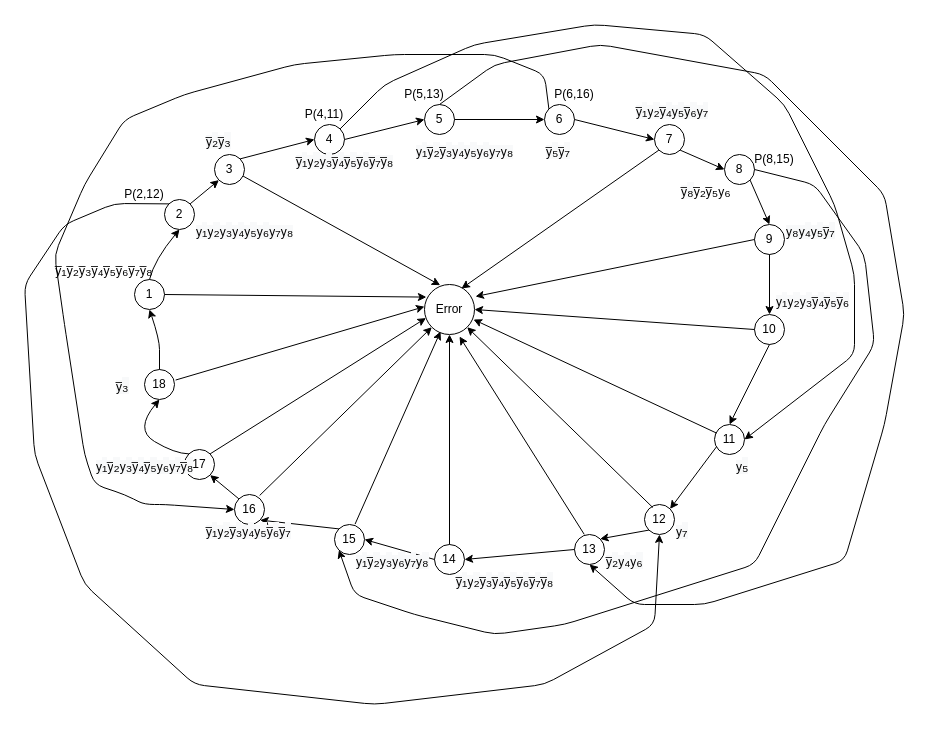
The draw.io diagram kurs.drawio in Merfarion/Diagrams-and-schemes, before the edit. Source tidied: cells renumbered, new cells numbered last; positions are measured from the earlier drawing's top-left corner, leaving out a move shared by most shapes. Both pictures are drawn from the tidied source at 100%, with x=0, y=0 at pixel (24, 24).
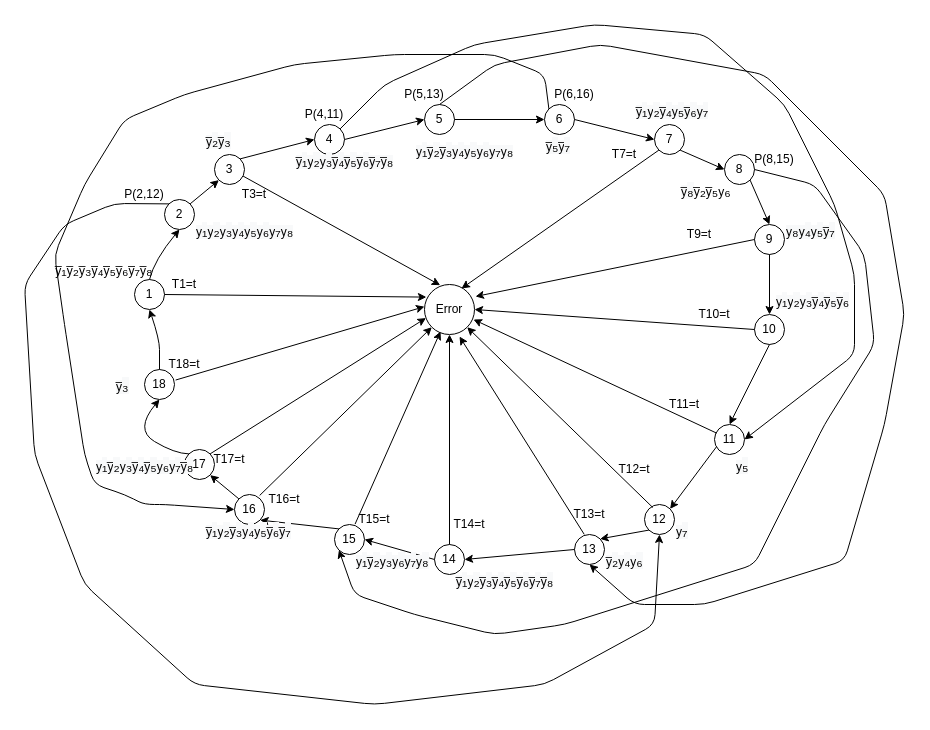
The same page after the edit.

Change to the diagram source:
```diff
@@
     <mxCell id="62" value="&lt;span style=&quot;color: rgb(0 , 0 , 0) ; font-family: &amp;#34;helvetica&amp;#34; ; font-size: 12px ; font-style: normal ; font-weight: 400 ; letter-spacing: normal ; text-align: center ; text-indent: 0px ; text-transform: none ; word-spacing: 0px ; background-color: rgb(248 , 249 , 250) ; display: inline ; float: none&quot;&gt;y̅&lt;/span&gt;&lt;font style=&quot;color: rgb(0 , 0 , 0) ; font-family: &amp;#34;helvetica&amp;#34; ; font-style: normal ; font-weight: 400 ; letter-spacing: normal ; text-align: center ; text-indent: 0px ; text-transform: none ; word-spacing: 0px ; background-color: rgb(248 , 249 , 250) ; font-size: 16px&quot;&gt;₅&lt;/font&gt;&lt;span style=&quot;color: rgb(0 , 0 , 0) ; font-family: &amp;#34;helvetica&amp;#34; ; font-size: 12px ; font-style: normal ; font-weight: 400 ; letter-spacing: normal ; text-align: center ; text-indent: 0px ; text-transform: none ; word-spacing: 0px ; background-color: rgb(248 , 249 , 250) ; display: inline ; float: none&quot;&gt;y̅&lt;/span&gt;&lt;font style=&quot;color: rgb(0 , 0 , 0) ; font-family: &amp;#34;helvetica&amp;#34; ; font-style: normal ; font-weight: 400 ; letter-spacing: normal ; text-align: center ; text-indent: 0px ; text-transform: none ; word-spacing: 0px ; background-color: rgb(248 , 249 , 250) ; font-size: 16px&quot;&gt;₇&lt;/font&gt;" style="text;whiteSpace=wrap;html=1;" parent="1" vertex="1">
-      <mxGeometry x="520" y="110" width="30" height="30" as="geometry" />
+      <mxGeometry x="520" y="105" width="30" height="20" as="geometry" />
     </mxCell>
@@
+    <mxCell id="80" value="T1=t" style="text;html=1;strokeColor=none;fillColor=none;align=center;verticalAlign=middle;whiteSpace=wrap;rounded=0;" parent="1" vertex="1">
+      <mxGeometry x="140" y="250" width="40" height="20" as="geometry" />
+    </mxCell>
+    <mxCell id="81" value="T3=t" style="text;html=1;strokeColor=none;fillColor=none;align=center;verticalAlign=middle;whiteSpace=wrap;rounded=0;" parent="1" vertex="1">
+      <mxGeometry x="210" y="160" width="40" height="20" as="geometry" />
+    </mxCell>
+    <mxCell id="82" value="T7=t" style="text;html=1;strokeColor=none;fillColor=none;align=center;verticalAlign=middle;whiteSpace=wrap;rounded=0;" parent="1" vertex="1">
+      <mxGeometry x="580" y="120" width="40" height="20" as="geometry" />
+    </mxCell>
+    <mxCell id="83" value="T9=t" style="text;html=1;strokeColor=none;fillColor=none;align=center;verticalAlign=middle;whiteSpace=wrap;rounded=0;" parent="1" vertex="1">
+      <mxGeometry x="655" y="200" width="40" height="20" as="geometry" />
+    </mxCell>
+    <mxCell id="84" value="T10=t" style="text;html=1;strokeColor=none;fillColor=none;align=center;verticalAlign=middle;whiteSpace=wrap;rounded=0;" parent="1" vertex="1">
+      <mxGeometry x="670" y="280" width="40" height="20" as="geometry" />
+    </mxCell>
+    <mxCell id="85" value="T11=t" style="text;html=1;strokeColor=none;fillColor=none;align=center;verticalAlign=middle;whiteSpace=wrap;rounded=0;" parent="1" vertex="1">
+      <mxGeometry x="640" y="370" width="40" height="20" as="geometry" />
+    </mxCell>
+    <mxCell id="86" value="T12=t" style="text;html=1;strokeColor=none;fillColor=none;align=center;verticalAlign=middle;whiteSpace=wrap;rounded=0;" parent="1" vertex="1">
+      <mxGeometry x="590" y="435" width="40" height="20" as="geometry" />
+    </mxCell>
+    <mxCell id="87" value="T13=t" style="text;html=1;strokeColor=none;fillColor=none;align=center;verticalAlign=middle;whiteSpace=wrap;rounded=0;" parent="1" vertex="1">
+      <mxGeometry x="545" y="480" width="40" height="20" as="geometry" />
+    </mxCell>
+    <mxCell id="88" value="T14=t" style="text;html=1;strokeColor=none;fillColor=none;align=center;verticalAlign=middle;whiteSpace=wrap;rounded=0;" parent="1" vertex="1">
+      <mxGeometry x="425" y="490" width="40" height="20" as="geometry" />
+    </mxCell>
+    <mxCell id="89" value="T15=t" style="text;html=1;strokeColor=none;fillColor=none;align=center;verticalAlign=middle;whiteSpace=wrap;rounded=0;" parent="1" vertex="1">
+      <mxGeometry x="330" y="485" width="40" height="20" as="geometry" />
+    </mxCell>
+    <mxCell id="90" value="T16=t" style="text;html=1;strokeColor=none;fillColor=none;align=center;verticalAlign=middle;whiteSpace=wrap;rounded=0;" parent="1" vertex="1">
+      <mxGeometry x="240" y="465" width="40" height="20" as="geometry" />
+    </mxCell>
+    <mxCell id="91" value="T17=t" style="text;html=1;strokeColor=none;fillColor=none;align=center;verticalAlign=middle;whiteSpace=wrap;rounded=0;" parent="1" vertex="1">
+      <mxGeometry x="185" y="425" width="40" height="20" as="geometry" />
+    </mxCell>
+    <mxCell id="92" value="T18=t" style="text;html=1;strokeColor=none;fillColor=none;align=center;verticalAlign=middle;whiteSpace=wrap;rounded=0;" parent="1" vertex="1">
+      <mxGeometry x="140" y="330" width="40" height="20" as="geometry" />
+    </mxCell>
```
